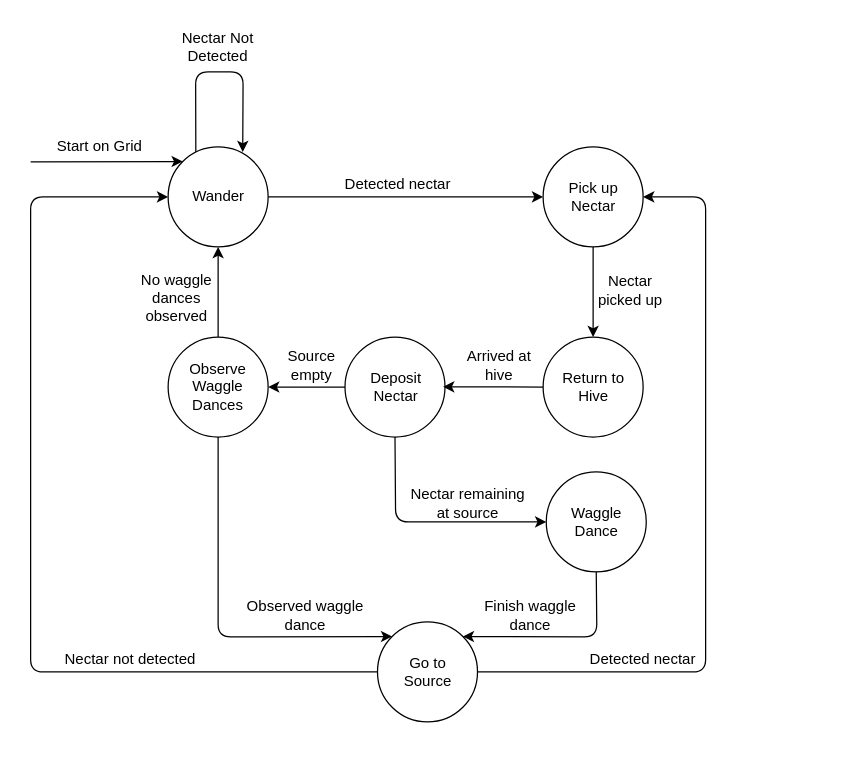
benwingerter/bee-simulation keeps this draw.io diagram as Finite State Machines/Bee FSM.drawio. Above is the earlier version. Source tidied: cells renumbered, new cells numbered last; positions are measured from the earlier drawing's top-left corner, leaving out a move shared by most shapes. Both pictures are drawn from the tidied source at 125%, with x=0, y=0 at pixel (30, 21).
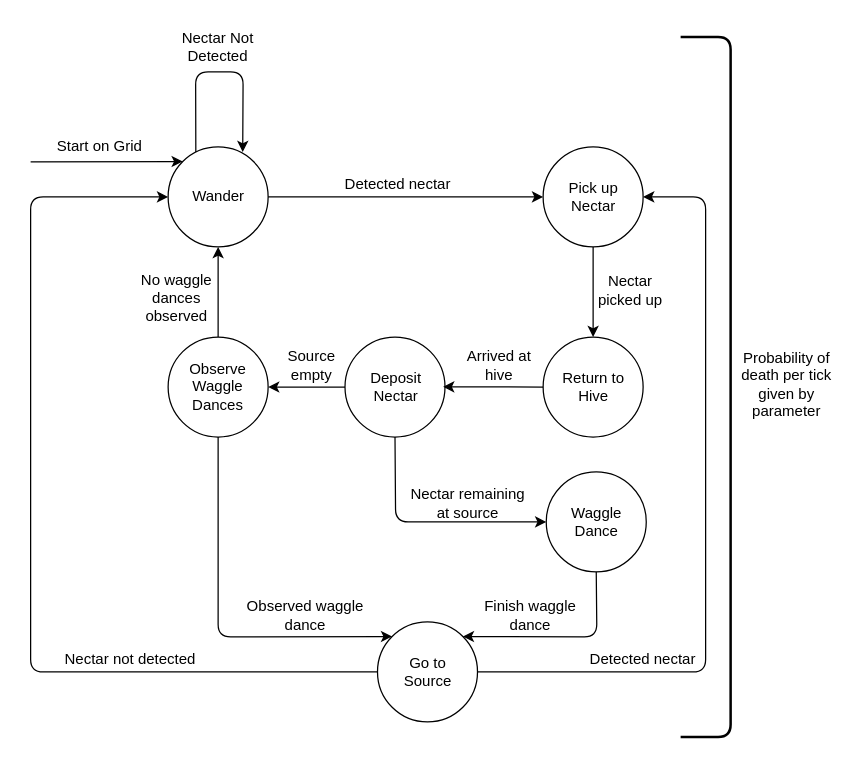
The same page after the edit.

Commit message (it also covers changes not shown here):
Parameterize bee death probability

What changed in the source:
```diff
@@
+    <mxCell id="46" style="endArrow=none;html=1;rounded=1;strokeWidth=2;" parent="1" edge="1">
+      <mxGeometry relative="1" as="geometry">
+        <mxPoint x="520" y="572.1" as="sourcePoint" />
+        <mxPoint x="520" y="12.1" as="targetPoint" />
+        <Array as="points">
+          <mxPoint x="560" y="572.1" />
+          <mxPoint x="560" y="12.1" />
+        </Array>
+      </mxGeometry>
+    </mxCell>
+    <mxCell id="47" value="Probability of death per tick given by parameter" style="text;html=1;strokeColor=none;fillColor=none;align=center;verticalAlign=middle;whiteSpace=wrap;rounded=0;" parent="1" vertex="1">
+      <mxGeometry x="560" y="200" width="90" height="180" as="geometry" />
+    </mxCell>
```
